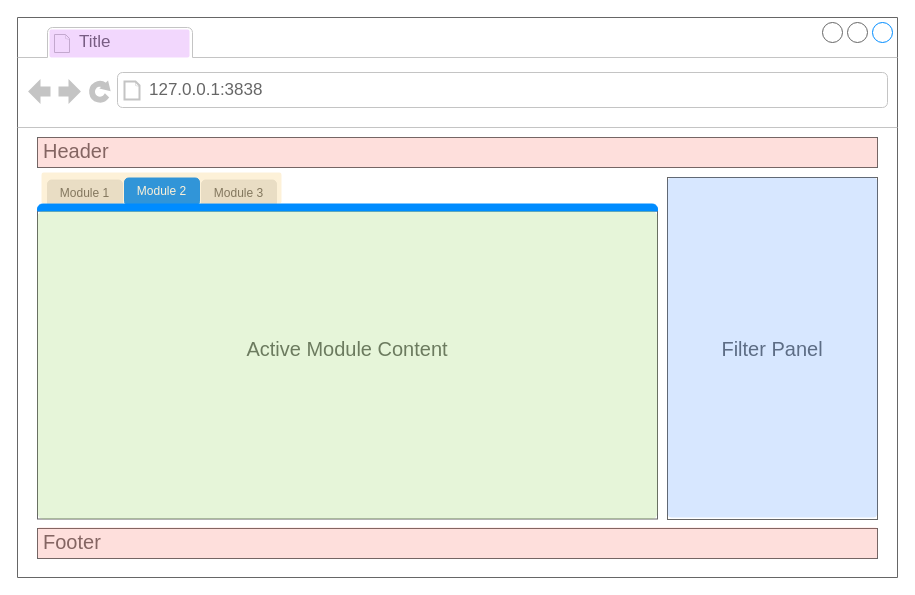
This is inst/design/teal-app-components.drawio from insightsengineering/teal, a draw.io file, before an edit. Source tidied: cells renumbered, new cells numbered last; positions are measured from the earlier drawing's top-left corner, leaving out a move shared by most shapes. Both pictures are drawn from the tidied source at 100%, with x=0, y=0 at pixel (17, 17).
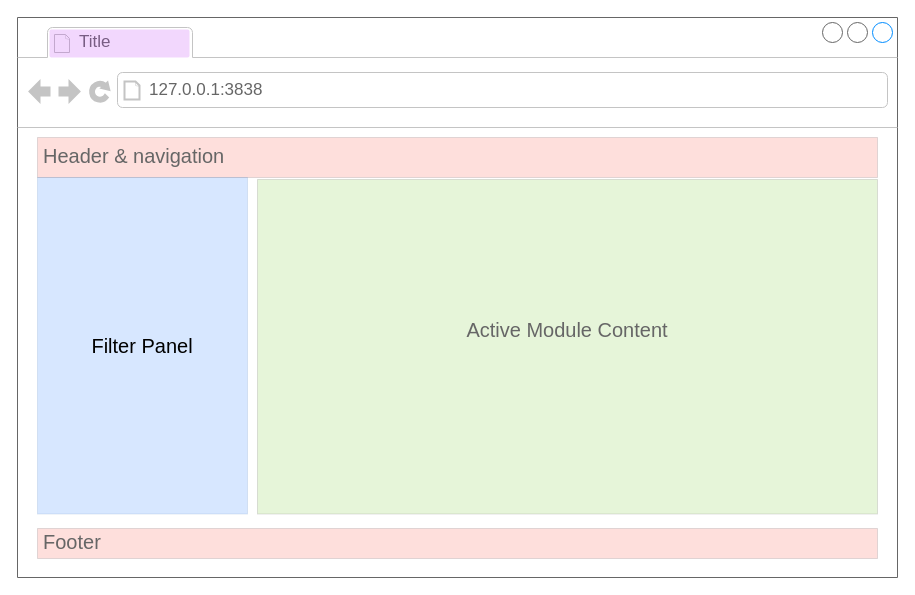
The same page after the edit.

What changed in the source:
```diff
@@
 <mxGraphModel>
   <root>
     <mxCell id="0" />
     <mxCell id="1" parent="0" />
     <mxCell id="2" style="strokeWidth=1;shadow=0;dashed=0;align=center;html=1;shape=mxgraph.mockup.containers.browserWindow;rSize=0;strokeColor=#666666;strokeColor2=#008cff;strokeColor3=#c4c4c4;mainText=,;" parent="1" vertex="1">
       <mxGeometry width="880" height="560" as="geometry" />
     </mxCell>
     <mxCell id="3" value="Title" style="strokeWidth=1;shadow=0;dashed=0;align=center;html=1;shape=mxgraph.mockup.containers.anchor;fontSize=17;fontColor=#666666;align=left;whiteSpace=wrap;" parent="1" vertex="1">
       <mxGeometry x="60" y="12" width="110" height="26" as="geometry" />
     </mxCell>
     <mxCell id="4" value="127.0.0.1:3838" style="strokeWidth=1;shadow=0;dashed=0;align=center;html=1;shape=mxgraph.mockup.containers.anchor;rSize=0;fontSize=17;fontColor=#666666;align=left;" parent="1" vertex="1">
       <mxGeometry x="130" y="60" width="250" height="26" as="geometry" />
     </mxCell>
-    <mxCell id="5" value="&lt;font style=&quot;font-size: 20px;&quot;&gt;Header&lt;/font&gt;" style="strokeWidth=1;shadow=0;dashed=0;align=center;html=1;shape=mxgraph.mockup.text.textBox;fontColor=#666666;align=left;fontSize=17;spacingLeft=4;spacingTop=-3;whiteSpace=wrap;strokeColor=#666666;mainText=;" parent="1" vertex="1">
-      <mxGeometry x="20" y="120" width="840" height="30" as="geometry" />
+    <mxCell id="5" value="&lt;font style=&quot;font-size: 20px;&quot;&gt;Header &amp;amp; navigation&lt;/font&gt;" style="strokeWidth=1;shadow=0;dashed=0;align=center;html=1;shape=mxgraph.mockup.text.textBox;fontColor=#666666;align=left;fontSize=17;spacingLeft=4;spacingTop=-3;whiteSpace=wrap;strokeColor=#666666;mainText=;fillColor=#FB6251;opacity=20;" parent="1" vertex="1">
+      <mxGeometry x="20" y="120" width="840" height="40" as="geometry" />
     </mxCell>
-    <mxCell id="6" value="&lt;font style=&quot;font-size: 20px;&quot;&gt;Footer&lt;/font&gt;" style="strokeWidth=1;shadow=0;dashed=0;align=center;html=1;shape=mxgraph.mockup.text.textBox;fontColor=#666666;align=left;fontSize=17;spacingLeft=4;spacingTop=-3;whiteSpace=wrap;strokeColor=#666666;mainText=;" parent="1" vertex="1">
+    <mxCell id="6" value="&lt;font style=&quot;font-size: 20px;&quot;&gt;Footer&lt;/font&gt;" style="strokeWidth=1;shadow=0;dashed=0;align=center;html=1;shape=mxgraph.mockup.text.textBox;fontColor=#666666;align=left;fontSize=17;spacingLeft=4;spacingTop=-3;whiteSpace=wrap;strokeColor=#666666;mainText=;fillColor=#FB6251;opacity=20;" parent="1" vertex="1">
       <mxGeometry x="20" y="511" width="840" height="30" as="geometry" />
     </mxCell>
-    <mxCell id="7" value="&lt;span style=&quot;color: rgb(102, 102, 102);&quot;&gt;&lt;font style=&quot;font-size: 20px;&quot;&gt;Active Module Content&lt;/font&gt;&lt;/span&gt;" style="strokeWidth=1;shadow=0;dashed=0;align=center;html=1;shape=mxgraph.mockup.containers.marginRect2;rectMarginTop=32;strokeColor=#666666;gradientColor=none;whiteSpace=wrap;fontSize=17;" parent="1" vertex="1">
-      <mxGeometry x="20" y="161.5" width="620" height="340" as="geometry" />
+    <mxCell id="7" value="&lt;span style=&quot;color: rgb(102, 102, 102);&quot;&gt;&lt;font style=&quot;font-size: 20px;&quot;&gt;Active Module Content&lt;/font&gt;&lt;/span&gt;" style="strokeWidth=1;shadow=0;dashed=0;align=center;html=1;shape=mxgraph.mockup.containers.marginRect2;rectMarginTop=32;strokeColor=#666666;gradientColor=none;whiteSpace=wrap;fontSize=17;fillColor=#83CC41;opacity=20;" parent="1" vertex="1">
+      <mxGeometry x="240" y="130" width="620" height="366.5" as="geometry" />
     </mxCell>
-    <mxCell id="8" value="&lt;font color=&quot;#666666&quot;&gt;Module 1&lt;/font&gt;" style="rounded=1;whiteSpace=wrap;html=1;fontColor=#b04f4f;strokeColor=#E6E6E6;fillColor=#E6E6E6;" parent="1" vertex="1">
-      <mxGeometry x="30" y="162.5" width="75" height="27.5" as="geometry" />
-    </mxCell>
-    <mxCell id="9" value="&lt;font color=&quot;#ffffff&quot;&gt;Module 2&lt;/font&gt;" style="rounded=1;whiteSpace=wrap;html=1;fontColor=#b04f4f;strokeColor=#008cff;fillColor=#008cff;" parent="1" vertex="1">
-      <mxGeometry x="107" y="160.5" width="75" height="27.5" as="geometry" />
-    </mxCell>
-    <mxCell id="10" value="&lt;font color=&quot;#666666&quot;&gt;Module 3&lt;/font&gt;" style="rounded=1;whiteSpace=wrap;html=1;fontColor=#b04f4f;strokeColor=#E6E6E6;fillColor=#E6E6E6;" parent="1" vertex="1">
-      <mxGeometry x="184" y="162.5" width="75" height="27.5" as="geometry" />
-    </mxCell>
-    <mxCell id="11" style="strokeWidth=1;shadow=0;dashed=0;align=center;html=1;shape=mxgraph.mockup.containers.topButton;rSize=5;strokeColor=#008cff;fillColor=#008cff;gradientColor=none;" parent="1" vertex="1">
-      <mxGeometry x="20" y="186.5" width="620" height="7" as="geometry" />
-    </mxCell>
-    <mxCell id="12" value="Filter Panel" style="rounded=0;whiteSpace=wrap;html=1;strokeColor=#666666;fontSize=20;fontColor=#666666;fillColor=#FFFFFF;" parent="1" vertex="1">
-      <mxGeometry x="650" y="160" width="210" height="342" as="geometry" />
+    <mxCell id="12" value="Filter Panel" style="rounded=0;whiteSpace=wrap;html=1;strokeColor=#6c8ebf;fontSize=20;fillColor=light-dark(#3a88fe, #1d293b);fillStyle=solid;opacity=20;" parent="1" vertex="1">
+      <mxGeometry x="20" y="160" width="210" height="336.5" as="geometry" />
     </mxCell>
     <mxCell id="13" style="rounded=1;whiteSpace=wrap;html=1;fillColor=#BF37F3;gradientColor=none;opacity=20;strokeColor=none;arcSize=7;" parent="1" vertex="1">
       <mxGeometry x="32" y="12" width="140" height="28" as="geometry" />
     </mxCell>
-    <mxCell id="14" style="rounded=1;whiteSpace=wrap;html=1;fillColor=#FB6251;gradientColor=none;opacity=20;strokeColor=none;arcSize=7;" parent="1" vertex="1">
-      <mxGeometry x="20" y="510" width="840" height="31" as="geometry" />
-    </mxCell>
-    <mxCell id="15" style="rounded=1;whiteSpace=wrap;html=1;fillColor=#FB6251;gradientColor=none;opacity=20;strokeColor=none;arcSize=7;" parent="1" vertex="1">
-      <mxGeometry x="20" y="120" width="840" height="30" as="geometry" />
-    </mxCell>
-    <mxCell id="16" style="rounded=1;whiteSpace=wrap;html=1;fillColor=#f2b73f;opacity=20;strokeColor=none;arcSize=7;" parent="1" vertex="1">
-      <mxGeometry x="24" y="155" width="240" height="31" as="geometry" />
-    </mxCell>
-    <mxCell id="17" style="rounded=1;whiteSpace=wrap;html=1;fillColor=#83cc41;opacity=20;strokeColor=none;arcSize=2;" parent="1" vertex="1">
-      <mxGeometry x="20" y="193.5" width="620" height="308" as="geometry" />
-    </mxCell>
-    <mxCell id="18" style="rounded=1;whiteSpace=wrap;html=1;fillColor=#3A88FE;opacity=20;strokeColor=none;arcSize=2;" parent="1" vertex="1">
-      <mxGeometry x="650" y="160" width="210" height="340" as="geometry" />
-    </mxCell>
   </root>
 </mxGraphModel>
```
